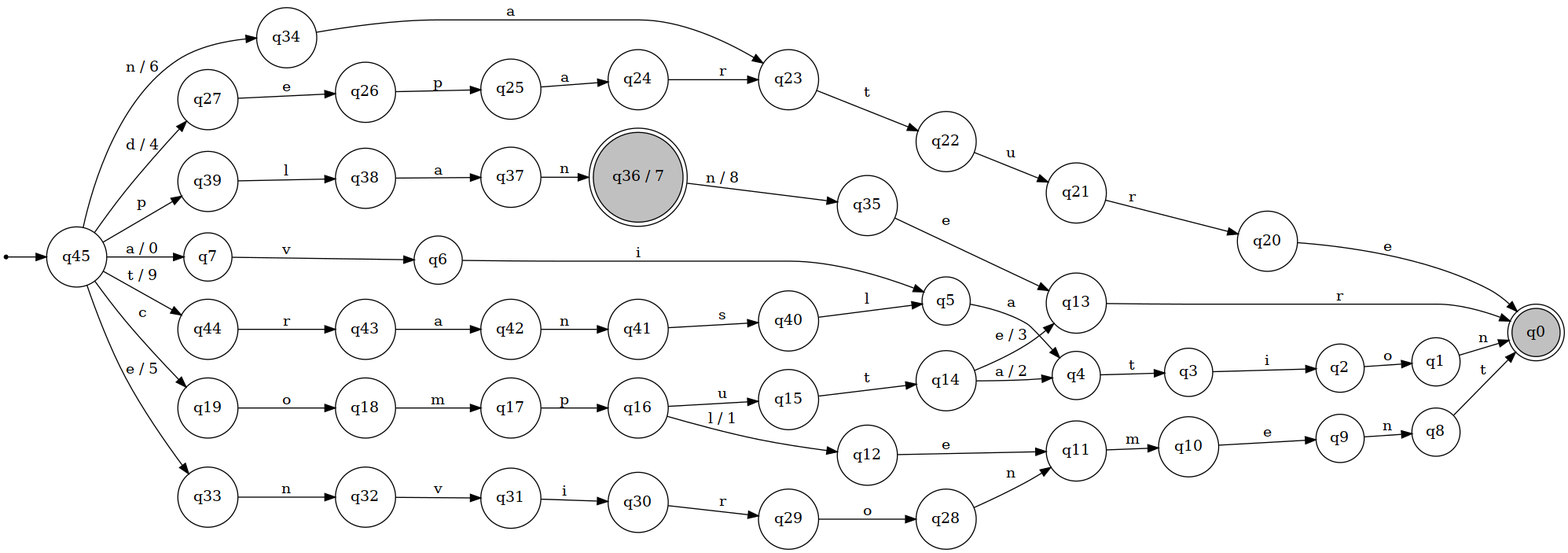
Above: graphs/poc_fst.png in lucasll37/CTC-34 (Graphviz), before the change. Its source is kept beside it as graphs/graphViz/poc_fst.dot.
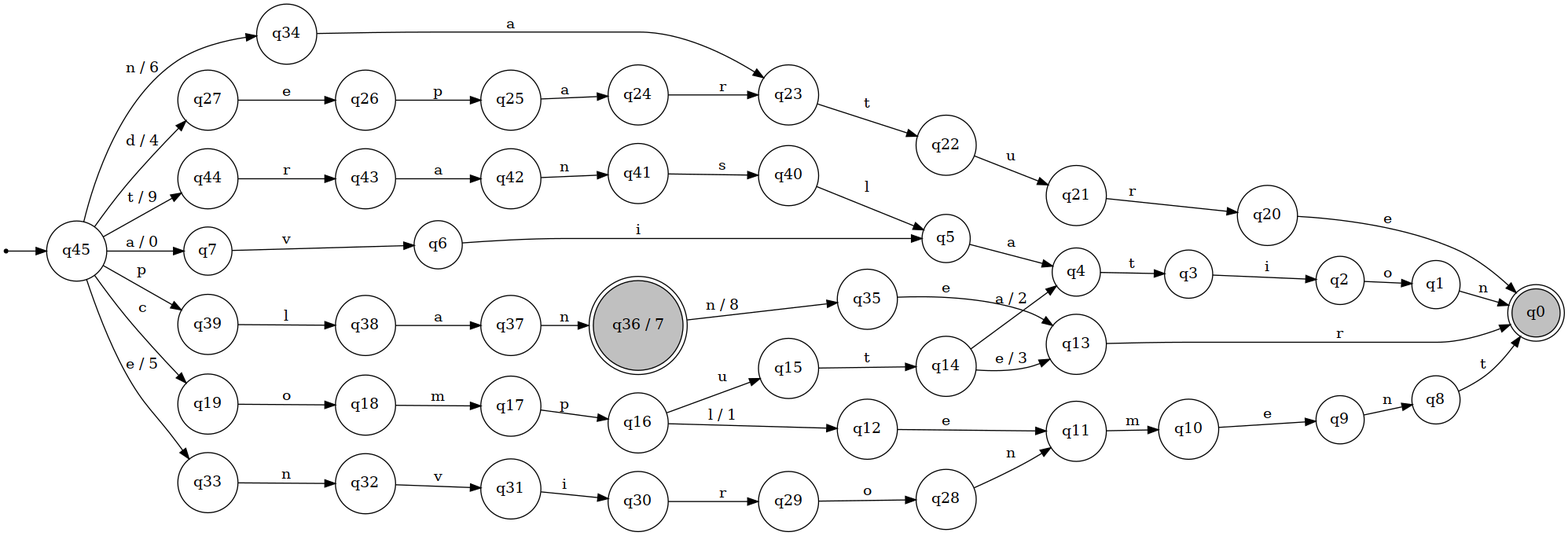
After the change.

Diff of the diagram source:
```diff
@@ -4,12 +4,12 @@
 node [shape=circle];
 ini [shape=point];
 ini -> q45;
-	q44 [label="q44"];
+	q45 [label="q45"];
+	q42 [label="q42"];
 	q40 [label="q40"];
 	q39 [label="q39"];
 	q38 [label="q38"];
-	q37 [label="q37"];
-	q42 [label="q42"];
+	q44 [label="q44"];
 	q36 [label="q36 / 7"];
 	q36 [shape=doublecircle];
 	q36 [style=filled fillcolor=gray];
@@ -18,17 +18,17 @@
 	q32 [label="q32"];
 	q31 [label="q31"];
 	q9 [label="q9"];
+	q10 [label="q10"];
+	q2 [label="q2"];
+	q8 [label="q8"];
+	q41 [label="q41"];
+	q7 [label="q7"];
+	q6 [label="q6"];
 	q0 [label="q0"];
 	q0 [shape=doublecircle];
 	q0 [style=filled fillcolor=gray];
-	q10 [label="q10"];
-	q2 [label="q2"];
-	q8 [label="q8"];
-	q45 [label="q45"];
-	q41 [label="q41"];
-	q7 [label="q7"];
-	q6 [label="q6"];
 	q11 [label="q11"];
+	q14 [label="q14"];
 	q12 [label="q12"];
 	q23 [label="q23"];
 	q5 [label="q5"];
@@ -40,12 +40,12 @@
 	q1 [label="q1"];
 	q26 [label="q26"];
 	q13 [label="q13"];
-	q14 [label="q14"];
 	q30 [label="q30"];
 	q15 [label="q15"];
+	q37 [label="q37"];
+	q16 [label="q16"];
 	q33 [label="q33"];
 	q25 [label="q25"];
-	q16 [label="q16"];
 	q18 [label="q18"];
 	q20 [label="q20"];
 	q29 [label="q29"];
@@ -54,12 +54,18 @@
 	q4 [label="q4"];
 	q24 [label="q24"];
 	q28 [label="q28"];
-	q44 -> q43 [label="r"];
+	q45 -> q7 [label="a / 0"];
+	q45 -> q19 [label="c"];
+	q45 -> q27 [label="d / 4"];
+	q45 -> q33 [label="e / 5"];
+	q45 -> q34 [label="n / 6"];
+	q45 -> q39 [label="p"];
+	q45 -> q44 [label="t / 9"];
+	q42 -> q41 [label="n"];
 	q40 -> q5 [label="l"];
 	q39 -> q38 [label="l"];
 	q38 -> q37 [label="a"];
-	q37 -> q36 [label="n"];
-	q42 -> q41 [label="n"];
+	q44 -> q43 [label="r"];
 	q36 -> q35 [label="n / 8"];
 	q35 -> q13 [label="e"];
 	q34 -> q23 [label="a"];
@@ -69,17 +75,12 @@
 	q10 -> q9 [label="e"];
 	q2 -> q1 [label="o"];
 	q8 -> q0 [label="t"];
-	q45 -> q7 [label="a / 0"];
-	q45 -> q19 [label="c"];
-	q45 -> q27 [label="d / 4"];
-	q45 -> q33 [label="e / 5"];
-	q45 -> q34 [label="n / 6"];
-	q45 -> q39 [label="p"];
-	q45 -> q44 [label="t / 9"];
 	q41 -> q40 [label="s"];
 	q7 -> q6 [label="v"];
 	q6 -> q5 [label="i"];
 	q11 -> q10 [label="m"];
+	q14 -> q4 [label="a / 2"];
+	q14 -> q13 [label="e / 3"];
 	q12 -> q11 [label="e"];
 	q23 -> q22 [label="t"];
 	q5 -> q4 [label="a"];
@@ -91,14 +92,13 @@
 	q1 -> q0 [label="n"];
 	q26 -> q25 [label="p"];
 	q13 -> q0 [label="r"];
-	q14 -> q4 [label="a / 2"];
-	q14 -> q13 [label="e / 3"];
 	q30 -> q29 [label="r"];
 	q15 -> q14 [label="t"];
+	q37 -> q36 [label="n"];
+	q16 -> q12 [label="l / 1"];
+	q16 -> q15 [label="u"];
 	q33 -> q32 [label="n"];
 	q25 -> q24 [label="a"];
-	q16 -> q12 [label="l / 1"];
-	q16 -> q15 [label="u"];
 	q18 -> q17 [label="m"];
 	q20 -> q0 [label="e"];
 	q29 -> q28 [label="o"];
```
